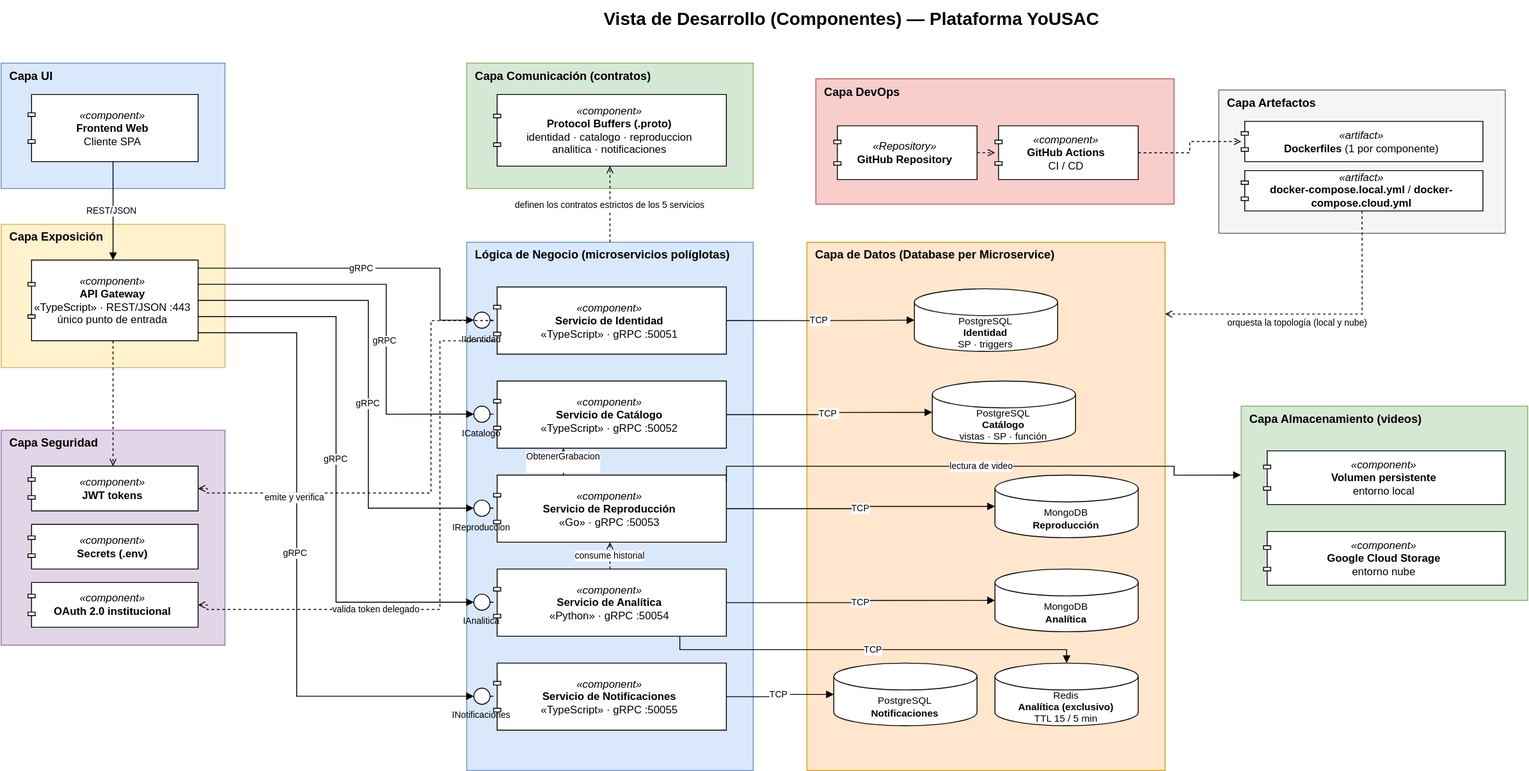
The draw.io diagram docs/arquitectura/img/vista-componentes.drawio.svg in AbdielOtzoy/SA_PROYECTO_202300350, before a commit. Source tidied: cells renumbered, new cells last; positions are measured from the earlier drawing's top-left corner, leaving out a move shared by most shapes.
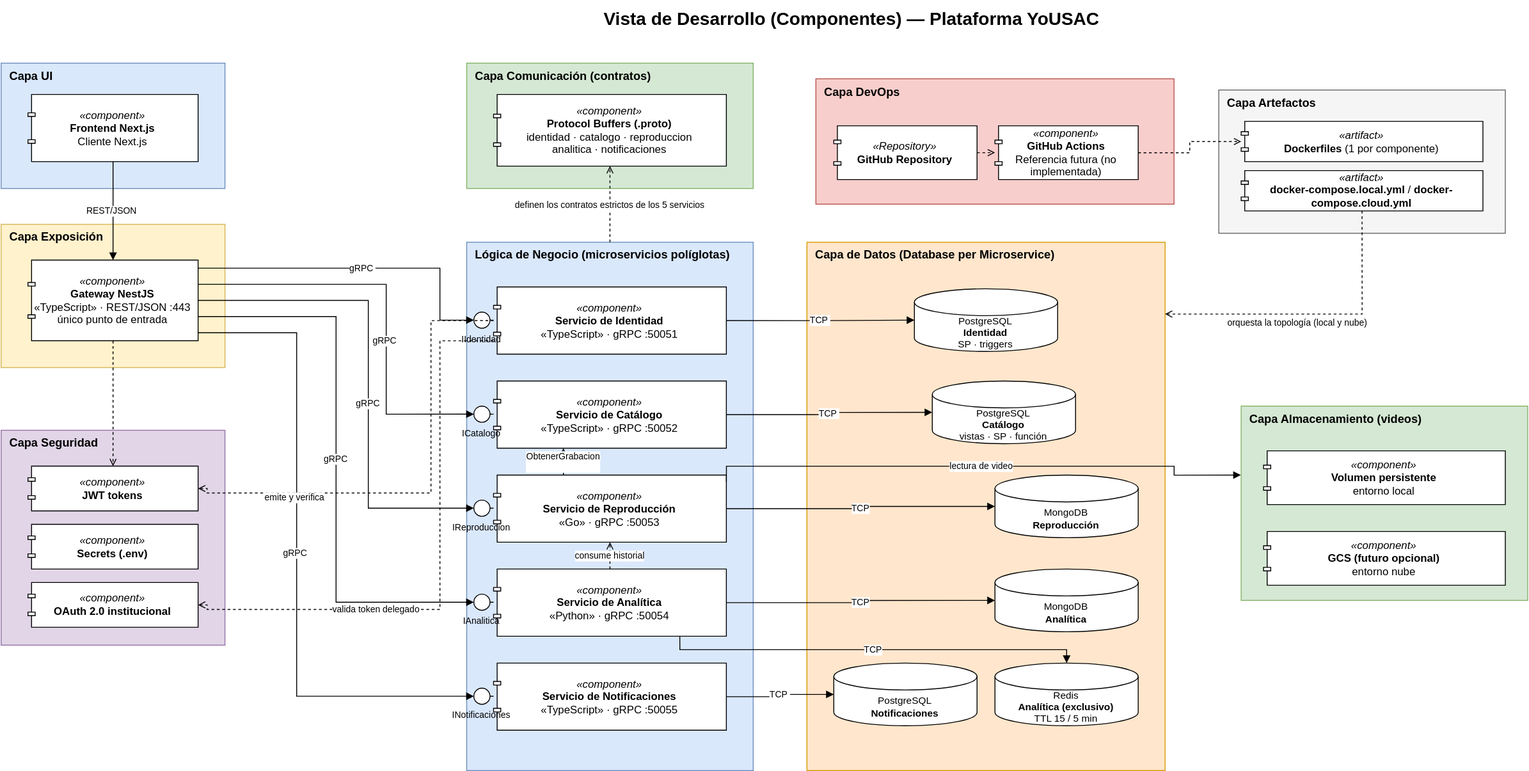
After the commit.

Diff of the diagram source:
```diff
@@ -8,13 +8,13 @@
     <mxCell id="3" value="Capa UI" style="rounded=0;whiteSpace=wrap;html=1;fillColor=#dae8fc;strokeColor=#6c8ebf;verticalAlign=top;align=left;spacingLeft=8;fontSize=13;fontStyle=1;" parent="1" vertex="1">
       <mxGeometry y="70" width="250" height="140" as="geometry" />
     </mxCell>
-    <mxCell id="4" value="&lt;i&gt;«component»&lt;/i&gt;&lt;br&gt;&lt;b&gt;Frontend Web&lt;/b&gt;&lt;br&gt;Cliente SPA" style="shape=component;whiteSpace=wrap;html=1;align=center;jettyWidth=8;jettyHeight=4;fontSize=12;" parent="1" vertex="1">
+    <mxCell id="4" value="&lt;i&gt;«component»&lt;/i&gt;&lt;br&gt;&lt;b&gt;Frontend Next.js&lt;/b&gt;&lt;br&gt;Cliente Next.js" style="shape=component;whiteSpace=wrap;html=1;align=center;jettyWidth=8;jettyHeight=4;fontSize=12;" parent="1" vertex="1">
       <mxGeometry x="30" y="105" width="190" height="75" as="geometry" />
     </mxCell>
     <mxCell id="5" value="Capa Exposición" style="rounded=0;whiteSpace=wrap;html=1;fillColor=#fff2cc;strokeColor=#d6b656;verticalAlign=top;align=left;spacingLeft=8;fontSize=13;fontStyle=1;" parent="1" vertex="1">
       <mxGeometry y="250" width="250" height="160" as="geometry" />
     </mxCell>
-    <mxCell id="6" value="&lt;i&gt;«component»&lt;/i&gt;&lt;br&gt;&lt;b&gt;API Gateway&lt;/b&gt;&lt;br&gt;«TypeScript» · REST/JSON :443&lt;br&gt;único punto de entrada" style="shape=component;whiteSpace=wrap;html=1;align=center;jettyWidth=8;jettyHeight=4;fontSize=12;" parent="1" vertex="1">
+    <mxCell id="6" value="&lt;i&gt;«component»&lt;/i&gt;&lt;br&gt;&lt;b&gt;Gateway NestJS&lt;/b&gt;&lt;br&gt;«TypeScript» · REST/JSON :443&lt;br&gt;único punto de entrada" style="shape=component;whiteSpace=wrap;html=1;align=center;jettyWidth=8;jettyHeight=4;fontSize=12;" parent="1" vertex="1">
       <mxGeometry x="30" y="290" width="190" height="90" as="geometry" />
     </mxCell>
     <mxCell id="7" value="Capa Seguridad" style="rounded=0;whiteSpace=wrap;html=1;fillColor=#e1d5e7;strokeColor=#9673a6;verticalAlign=top;align=left;spacingLeft=8;fontSize=13;fontStyle=1;" parent="1" vertex="1">
@@ -95,7 +95,7 @@
     <mxCell id="32" value="&lt;i&gt;«component»&lt;/i&gt;&lt;br&gt;&lt;b&gt;Volumen persistente&lt;/b&gt;&lt;br&gt;entorno local" style="shape=component;whiteSpace=wrap;html=1;align=center;jettyWidth=8;jettyHeight=4;fontSize=12;" parent="1" vertex="1">
       <mxGeometry x="1410" y="503" width="270" height="60" as="geometry" />
     </mxCell>
-    <mxCell id="33" value="&lt;i&gt;«component»&lt;/i&gt;&lt;br&gt;&lt;b&gt;Google Cloud Storage&lt;/b&gt;&lt;br&gt;entorno nube" style="shape=component;whiteSpace=wrap;html=1;align=center;jettyWidth=8;jettyHeight=4;fontSize=12;" parent="1" vertex="1">
+    <mxCell id="33" value="&lt;i&gt;«component»&lt;/i&gt;&lt;br&gt;&lt;b&gt;GCS (futuro opcional)&lt;/b&gt;&lt;br&gt;entorno nube" style="shape=component;whiteSpace=wrap;html=1;align=center;jettyWidth=8;jettyHeight=4;fontSize=12;" parent="1" vertex="1">
       <mxGeometry x="1410" y="593" width="270" height="60" as="geometry" />
     </mxCell>
     <mxCell id="34" value="Capa DevOps" style="rounded=0;whiteSpace=wrap;html=1;fillColor=#f8cecc;strokeColor=#b85450;verticalAlign=top;align=left;spacingLeft=8;fontSize=13;fontStyle=1;" parent="1" vertex="1">
@@ -104,7 +104,7 @@
     <mxCell id="35" value="&lt;i&gt;«Repository»&lt;/i&gt;&lt;br&gt;&lt;b&gt;GitHub Repository&lt;/b&gt;" style="shape=component;whiteSpace=wrap;html=1;align=center;jettyWidth=8;jettyHeight=4;fontSize=12;" parent="1" vertex="1">
       <mxGeometry x="930" y="140" width="160" height="60" as="geometry" />
     </mxCell>
-    <mxCell id="36" value="&lt;i&gt;«component»&lt;/i&gt;&lt;br&gt;&lt;b&gt;GitHub Actions&lt;/b&gt;&lt;br&gt;CI / CD" style="shape=component;whiteSpace=wrap;html=1;align=center;jettyWidth=8;jettyHeight=4;fontSize=12;" parent="1" vertex="1">
+    <mxCell id="36" value="&lt;i&gt;«component»&lt;/i&gt;&lt;br&gt;&lt;b&gt;GitHub Actions&lt;/b&gt;&lt;br&gt;Referencia futura (no implementada)" style="shape=component;whiteSpace=wrap;html=1;align=center;jettyWidth=8;jettyHeight=4;fontSize=12;" parent="1" vertex="1">
       <mxGeometry x="1110" y="140" width="160" height="60" as="geometry" />
     </mxCell>
     <mxCell id="37" value="Capa Artefactos" style="rounded=0;whiteSpace=wrap;html=1;fillColor=#f5f5f5;strokeColor=#666666;verticalAlign=top;align=left;spacingLeft=8;fontSize=13;fontStyle=1;" parent="1" vertex="1">
```
